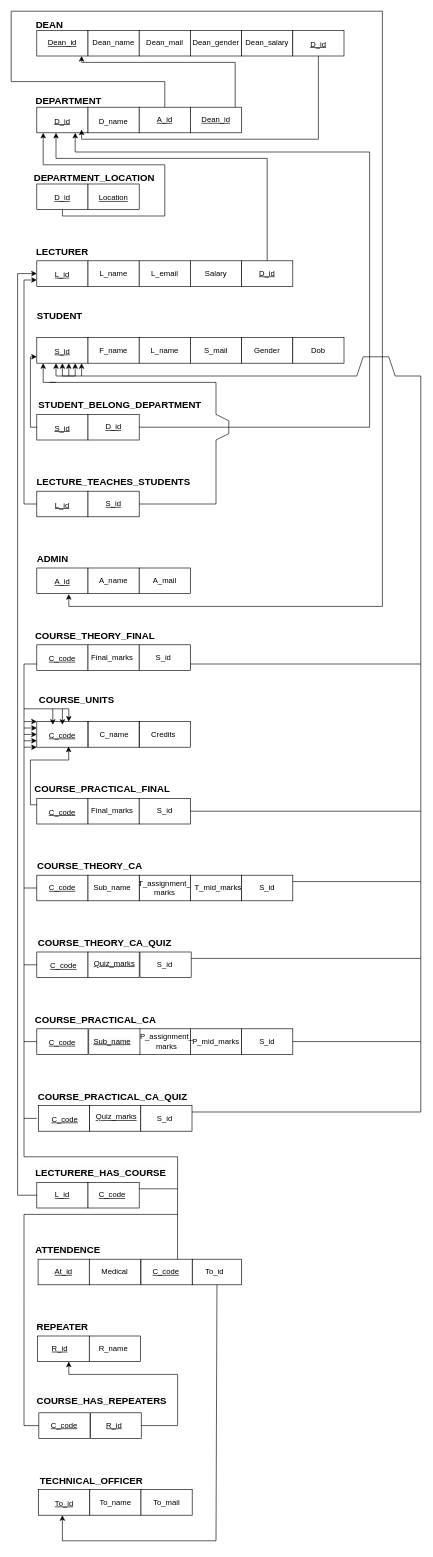
The draw.io diagram Relational diagram/relationald.drawio in SamindikaLakshan/Database-mini-project, before the edit. Source tidied: cells renumbered, new cells numbered last; positions are measured from the earlier drawing's top-left corner, leaving out a move shared by most shapes. Both pictures are drawn from the tidied source at 64%, with x=0, y=0 at pixel (11, 11).
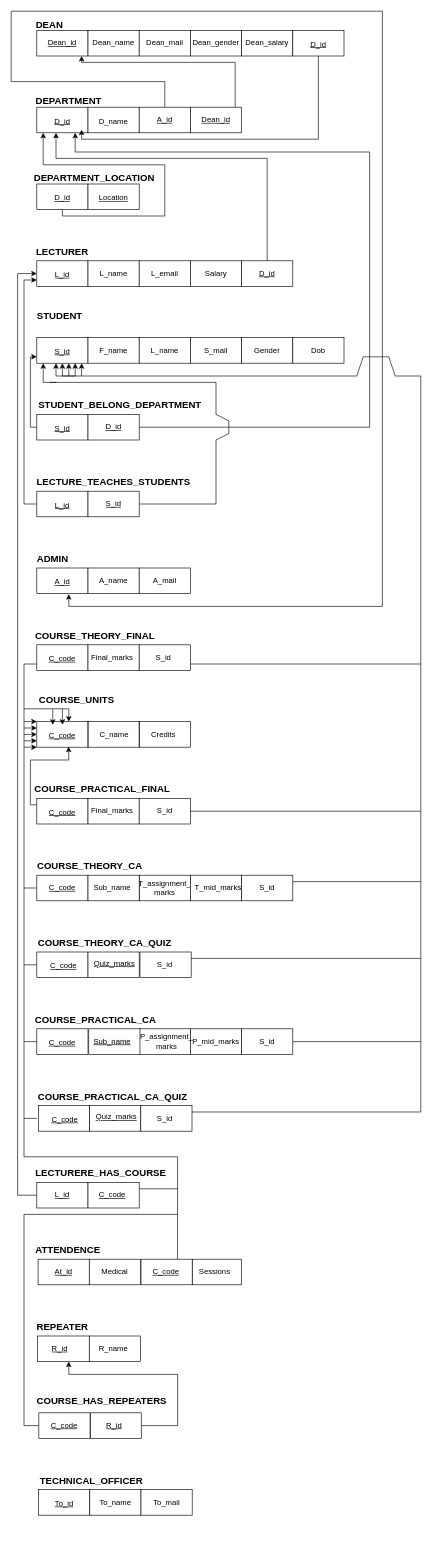
The same page after the edit.

Unchanged cells that the change refers to:
```xml
<mxCell id="247" style="rounded=0;whiteSpace=wrap;html=1;" parent="1" vertex="1">
  <mxGeometry x="283" y="1950" width="77" height="40" as="geometry" />
</mxCell>
```

Diff of the diagram source:
```diff
@@
-    <mxCell id="248" value="To_id" style="text;html=1;strokeColor=none;fillColor=none;align=center;verticalAlign=middle;whiteSpace=wrap;rounded=0;" parent="1" vertex="1">
+    <mxCell id="248" value="Sessions" style="text;html=1;strokeColor=none;fillColor=none;align=center;verticalAlign=middle;whiteSpace=wrap;rounded=0;" parent="1" vertex="1">
       <mxGeometry x="288" y="1955" width="60" height="30" as="geometry" />
     </mxCell>
@@
-    <mxCell id="251" style="endArrow=classic;html=1;rounded=0;" parent="1" edge="1">
-      <mxGeometry relative="1" as="geometry">
-        <mxPoint x="80" y="2390" as="sourcePoint" />
-        <mxPoint x="80" y="2350" as="targetPoint" />
-      </mxGeometry>
-    </mxCell>
-    <mxCell id="252" style="endArrow=none;html=1;rounded=0;" parent="1" edge="1">
-      <mxGeometry relative="1" as="geometry">
-        <mxPoint x="80" y="2390" as="sourcePoint" />
-        <mxPoint x="320" y="2390" as="targetPoint" />
-      </mxGeometry>
-    </mxCell>
-    <mxCell id="253" style="endArrow=none;html=1;rounded=0;entryX=0.5;entryY=1;entryDx=0;entryDy=0;" parent="1" edge="1" target="247">
-      <mxGeometry relative="1" as="geometry">
-        <mxPoint x="320" y="2390" as="sourcePoint" />
-      </mxGeometry>
-    </mxCell>
```
